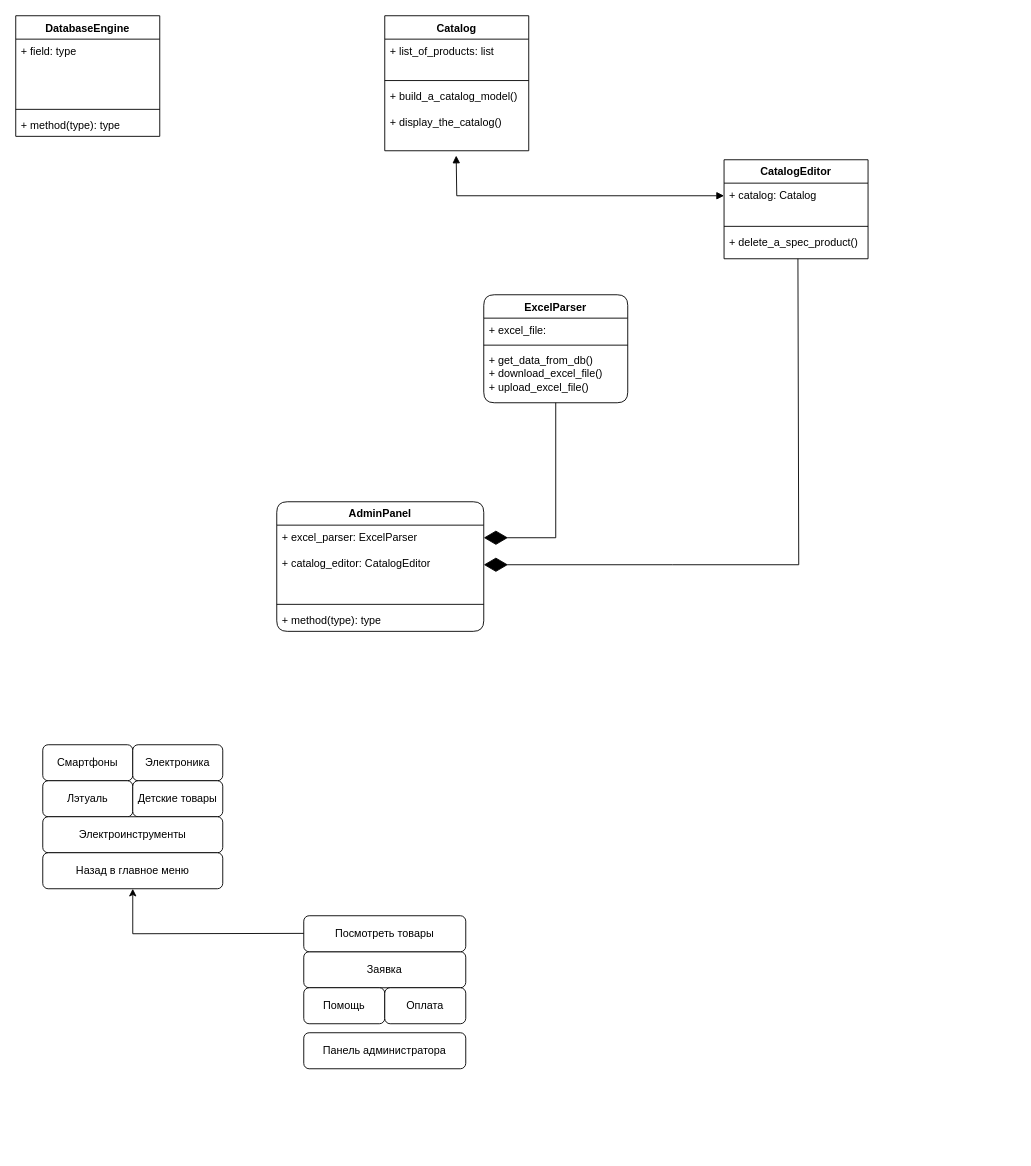
Above: pantry_59_bot.drawio in gderpy/pantry_nytva_bot (draw.io), before the change. Source tidied: cells renumbered, new cells numbered last; positions are measured from the earlier drawing's top-left corner, leaving out a move shared by most shapes. Both pictures are drawn from the tidied source at 90%, with x=0, y=0 at pixel (15, 15).
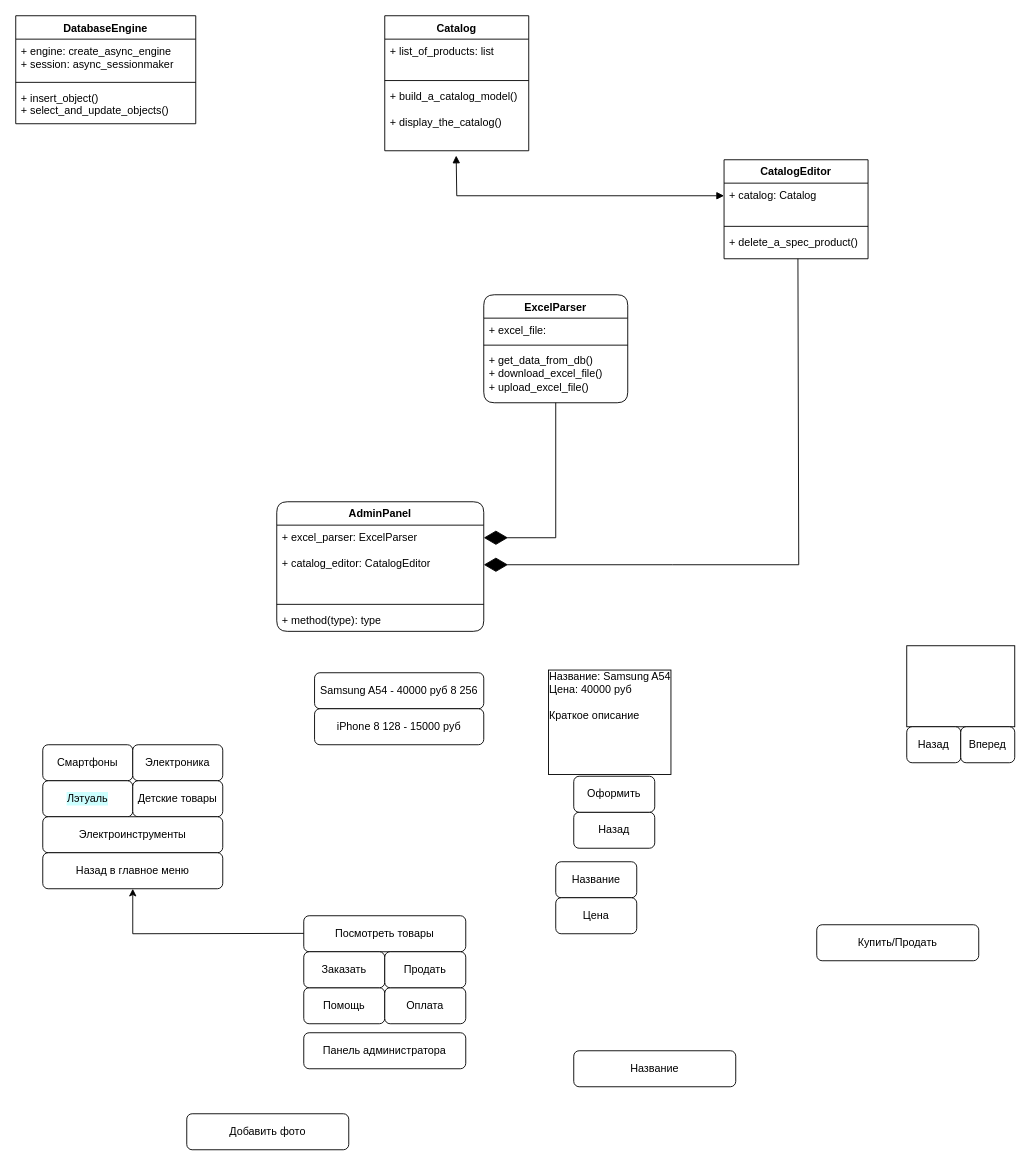
The same diagram, later.

Commit message:
Обсудили схему строения интерфейса меню.drawio

The edit, as a diff of the source:
```diff
@@
     <mxCell id="21" value="DatabaseEngine" style="swimlane;fontStyle=1;align=center;verticalAlign=top;horizontal=1;startSize=26;whiteSpace=wrap;html=1;" parent="1" vertex="1">
-      <mxGeometry width="160" height="134" as="geometry" />
+      <mxGeometry width="200" height="120" as="geometry" />
     </mxCell>
-    <mxCell id="22" value="+ field: type" style="text;strokeColor=none;fillColor=none;align=left;verticalAlign=top;spacingLeft=4;spacingRight=4;overflow=hidden;whiteSpace=wrap;html=1;" parent="21" vertex="1">
-      <mxGeometry y="26" width="160" height="74" as="geometry" />
+    <mxCell id="22" value="+ engine: create_async_engine&lt;br&gt;+ session: async_sessionmaker" style="text;strokeColor=none;fillColor=none;align=left;verticalAlign=top;spacingLeft=4;spacingRight=4;overflow=hidden;whiteSpace=wrap;html=1;" parent="21" vertex="1">
+      <mxGeometry y="26" width="200" height="44" as="geometry" />
     </mxCell>
     <mxCell id="23" style="line;strokeWidth=1;fillColor=none;align=left;verticalAlign=middle;spacingTop=-1;spacingLeft=3;spacingRight=3;labelPosition=right;strokeColor=inherit;" parent="21" vertex="1">
-      <mxGeometry y="100" width="160" height="8" as="geometry" />
+      <mxGeometry y="70" width="200" height="8" as="geometry" />
     </mxCell>
-    <mxCell id="24" value="+ method(type): type" style="text;strokeColor=none;fillColor=none;align=left;verticalAlign=top;spacingLeft=4;spacingRight=4;overflow=hidden;whiteSpace=wrap;html=1;" parent="21" vertex="1">
-      <mxGeometry y="108" width="160" height="26" as="geometry" />
+    <mxCell id="24" value="+ insert_object()&lt;br&gt;+ select_and_update_objects()" style="text;strokeColor=none;fillColor=none;align=left;verticalAlign=top;spacingLeft=4;spacingRight=4;overflow=hidden;whiteSpace=wrap;html=1;" parent="21" vertex="1">
+      <mxGeometry y="78" width="200" height="42" as="geometry" />
     </mxCell>
-    <mxCell id="25" value="Заявка" style="rounded=1;whiteSpace=wrap;html=1;" parent="1" vertex="1">
-      <mxGeometry x="320" y="1040" width="180" height="40" as="geometry" />
+    <mxCell id="25" value="Купить/Продать" style="rounded=1;whiteSpace=wrap;html=1;" parent="1" vertex="1">
+      <mxGeometry x="890" y="1010" width="180" height="40" as="geometry" />
     </mxCell>
@@
-    <mxCell id="31" value="Лэтуаль" style="rounded=1;whiteSpace=wrap;html=1;" parent="1" vertex="1">
+    <mxCell id="31" value="Лэтуаль" style="rounded=1;whiteSpace=wrap;html=1;labelBackgroundColor=#CCFFFF;" parent="1" vertex="1">
       <mxGeometry x="30" y="850" width="100" height="40" as="geometry" />
     </mxCell>
-    <mxCell id="32" value="Детские товары" style="rounded=1;whiteSpace=wrap;html=1;" parent="1" vertex="1">
+    <mxCell id="32" value="Детские товары" style="rounded=1;whiteSpace=wrap;html=1;labelBackgroundColor=default;" parent="1" vertex="1">
       <mxGeometry x="130" y="850" width="100" height="40" as="geometry" />
     </mxCell>
@@
+    <mxCell id="37" value="Название" style="rounded=1;whiteSpace=wrap;html=1;" parent="1" vertex="1">
+      <mxGeometry x="600" y="940" width="90" height="40" as="geometry" />
+    </mxCell>
+    <mxCell id="38" value="Цена" style="rounded=1;whiteSpace=wrap;html=1;" parent="1" vertex="1">
+      <mxGeometry x="600" y="980" width="90" height="40" as="geometry" />
+    </mxCell>
+    <mxCell id="39" value="Заказать" style="rounded=1;whiteSpace=wrap;html=1;" parent="1" vertex="1">
+      <mxGeometry x="320" y="1040" width="90" height="40" as="geometry" />
+    </mxCell>
+    <mxCell id="40" value="Продать" style="rounded=1;whiteSpace=wrap;html=1;" parent="1" vertex="1">
+      <mxGeometry x="410" y="1040" width="90" height="40" as="geometry" />
+    </mxCell>
+    <mxCell id="41" value="Название" style="rounded=1;whiteSpace=wrap;html=1;" parent="1" vertex="1">
+      <mxGeometry x="620" y="1150" width="180" height="40" as="geometry" />
+    </mxCell>
+    <mxCell id="42" value="Samsung A54 - 40000 руб 8 256" style="rounded=1;whiteSpace=wrap;html=1;" parent="1" vertex="1">
+      <mxGeometry x="332" y="730" width="188" height="40" as="geometry" />
+    </mxCell>
+    <mxCell id="43" value="iPhone 8 128 - 15000 руб" style="rounded=1;whiteSpace=wrap;html=1;" parent="1" vertex="1">
+      <mxGeometry x="332" y="770" width="188" height="40" as="geometry" />
+    </mxCell>
+    <mxCell id="44" value="Название: Samsung A54&lt;br&gt;&lt;div style=&quot;&quot;&gt;&lt;span style=&quot;background-color: initial;&quot;&gt;Цена: 40000 руб&lt;/span&gt;&lt;/div&gt;&lt;div style=&quot;&quot;&gt;&lt;span style=&quot;background-color: initial;&quot;&gt;&lt;br&gt;&lt;/span&gt;&lt;/div&gt;&lt;div style=&quot;&quot;&gt;&lt;span style=&quot;background-color: initial;&quot;&gt;Краткое описание&lt;/span&gt;&lt;/div&gt;&lt;div style=&quot;&quot;&gt;&lt;span style=&quot;background-color: initial;&quot;&gt;&lt;br&gt;&lt;/span&gt;&lt;/div&gt;&lt;div style=&quot;&quot;&gt;&lt;span style=&quot;background-color: initial;&quot;&gt;&lt;br&gt;&lt;/span&gt;&lt;/div&gt;&lt;div style=&quot;&quot;&gt;&lt;span style=&quot;background-color: initial;&quot;&gt;&lt;br&gt;&lt;/span&gt;&lt;/div&gt;&lt;div style=&quot;&quot;&gt;&lt;span style=&quot;background-color: initial;&quot;&gt;&lt;br&gt;&lt;/span&gt;&lt;/div&gt;" style="text;html=1;strokeColor=none;fillColor=none;align=left;verticalAlign=top;whiteSpace=wrap;rounded=0;labelBorderColor=default;" parent="1" vertex="1">
+      <mxGeometry x="590" y="720" width="140" height="80" as="geometry" />
+    </mxCell>
+    <mxCell id="45" value="Добавить фото" style="rounded=1;whiteSpace=wrap;html=1;" parent="1" vertex="1">
+      <mxGeometry x="190" y="1220" width="180" height="40" as="geometry" />
+    </mxCell>
+    <mxCell id="46" value="Назад" style="rounded=1;whiteSpace=wrap;html=1;" parent="1" vertex="1">
+      <mxGeometry x="620" y="885" width="90" height="40" as="geometry" />
+    </mxCell>
+    <mxCell id="47" value="Оформить" style="rounded=1;whiteSpace=wrap;html=1;" parent="1" vertex="1">
+      <mxGeometry x="620" y="845" width="90" height="40" as="geometry" />
+    </mxCell>
+    <mxCell id="48" style="rounded=0;whiteSpace=wrap;html=1;" parent="1" vertex="1">
+      <mxGeometry x="990" y="700" width="120" height="90" as="geometry" />
+    </mxCell>
+    <mxCell id="49" value="Назад" style="rounded=1;whiteSpace=wrap;html=1;" parent="1" vertex="1">
+      <mxGeometry x="990" y="790" width="60" height="40" as="geometry" />
+    </mxCell>
+    <mxCell id="50" value="Вперед" style="rounded=1;whiteSpace=wrap;html=1;" parent="1" vertex="1">
+      <mxGeometry x="1050" y="790" width="60" height="40" as="geometry" />
+    </mxCell>
```
